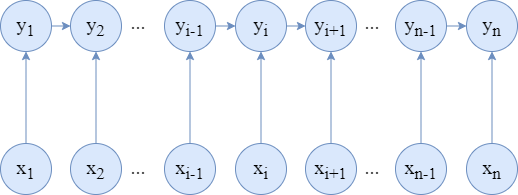
AdamFocus/draw keeps this draw.io diagram as CRF结构.png. Above is the earlier version. Source tidied: cells renumbered, new cells last; positions are measured from the earlier drawing's top-left corner, leaving out a move shared by most shapes.
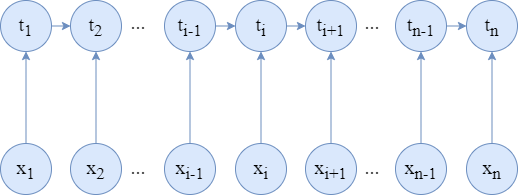
After the commit.

The edit, as a diff of the source:
```diff
@@ -47,34 +47,34 @@
     <mxCell id="16" style="edgeStyle=orthogonalEdgeStyle;rounded=0;jettySize=auto;html=1;exitX=1;exitY=0.5;exitDx=0;exitDy=0;entryX=0;entryY=0.5;entryDx=0;entryDy=0;fontFamily=Times New Roman;fontSize=20;fillColor=#dae8fc;strokeColor=#6c8ebf;" parent="1" edge="1" source="17" target="18">
       <mxGeometry relative="1" as="geometry" />
     </mxCell>
-    <mxCell id="17" value="&lt;font face=&quot;Times New Roman&quot; style=&quot;font-size: 20px&quot;&gt;&lt;span&gt;y&lt;sub&gt;1&lt;/sub&gt;&lt;/span&gt;&lt;/font&gt;" style="ellipse;whiteSpace=wrap;html=1;fillColor=#dae8fc;strokeColor=#6c8ebf;" parent="1" vertex="1">
+    <mxCell id="17" value="&lt;font face=&quot;Times New Roman&quot; style=&quot;font-size: 20px&quot;&gt;&lt;span&gt;t&lt;sub&gt;1&lt;/sub&gt;&lt;/span&gt;&lt;/font&gt;" style="ellipse;whiteSpace=wrap;html=1;fillColor=#dae8fc;strokeColor=#6c8ebf;" parent="1" vertex="1">
       <mxGeometry width="51" height="51" as="geometry" />
     </mxCell>
-    <mxCell id="18" value="&lt;font face=&quot;Times New Roman&quot; style=&quot;font-size: 20px&quot;&gt;y&lt;sub&gt;2&lt;/sub&gt;&lt;/font&gt;" style="ellipse;whiteSpace=wrap;html=1;fillColor=#dae8fc;strokeColor=#6c8ebf;" parent="1" vertex="1">
+    <mxCell id="18" value="&lt;font face=&quot;Times New Roman&quot; style=&quot;font-size: 20px&quot;&gt;t&lt;sub&gt;2&lt;/sub&gt;&lt;/font&gt;" style="ellipse;whiteSpace=wrap;html=1;fillColor=#dae8fc;strokeColor=#6c8ebf;" parent="1" vertex="1">
       <mxGeometry x="70" width="51" height="51" as="geometry" />
     </mxCell>
     <mxCell id="19" style="edgeStyle=orthogonalEdgeStyle;rounded=0;jettySize=auto;html=1;exitX=1;exitY=0.5;exitDx=0;exitDy=0;entryX=0;entryY=0.5;entryDx=0;entryDy=0;fontFamily=Times New Roman;fontSize=20;fillColor=#dae8fc;strokeColor=#6c8ebf;" parent="1" edge="1" source="20" target="22">
       <mxGeometry relative="1" as="geometry" />
     </mxCell>
-    <mxCell id="20" value="&lt;font face=&quot;Times New Roman&quot; style=&quot;font-size: 20px&quot;&gt;y&lt;sub&gt;i-1&lt;/sub&gt;&lt;/font&gt;" style="ellipse;whiteSpace=wrap;html=1;fillColor=#dae8fc;strokeColor=#6c8ebf;" parent="1" vertex="1">
+    <mxCell id="20" value="&lt;font face=&quot;Times New Roman&quot; style=&quot;font-size: 20px&quot;&gt;t&lt;sub&gt;i-1&lt;/sub&gt;&lt;/font&gt;" style="ellipse;whiteSpace=wrap;html=1;fillColor=#dae8fc;strokeColor=#6c8ebf;" parent="1" vertex="1">
       <mxGeometry x="164" width="51" height="51" as="geometry" />
     </mxCell>
     <mxCell id="21" style="edgeStyle=orthogonalEdgeStyle;rounded=0;jettySize=auto;html=1;exitX=1;exitY=0.5;exitDx=0;exitDy=0;entryX=0;entryY=0.5;entryDx=0;entryDy=0;fontFamily=Times New Roman;fontSize=20;fillColor=#dae8fc;strokeColor=#6c8ebf;" parent="1" edge="1" source="22" target="23">
       <mxGeometry relative="1" as="geometry" />
     </mxCell>
-    <mxCell id="22" value="&lt;font face=&quot;Times New Roman&quot; style=&quot;font-size: 20px&quot;&gt;y&lt;sub&gt;i&lt;/sub&gt;&lt;/font&gt;" style="ellipse;whiteSpace=wrap;html=1;fillColor=#dae8fc;strokeColor=#6c8ebf;" parent="1" vertex="1">
+    <mxCell id="22" value="&lt;font face=&quot;Times New Roman&quot; style=&quot;font-size: 20px&quot;&gt;t&lt;sub&gt;i&lt;/sub&gt;&lt;/font&gt;" style="ellipse;whiteSpace=wrap;html=1;fillColor=#dae8fc;strokeColor=#6c8ebf;" parent="1" vertex="1">
       <mxGeometry x="235" width="51" height="51" as="geometry" />
     </mxCell>
-    <mxCell id="23" value="&lt;font face=&quot;Times New Roman&quot; style=&quot;font-size: 20px&quot;&gt;y&lt;sub&gt;i+1&lt;/sub&gt;&lt;/font&gt;" style="ellipse;whiteSpace=wrap;html=1;fillColor=#dae8fc;strokeColor=#6c8ebf;" parent="1" vertex="1">
+    <mxCell id="23" value="&lt;font face=&quot;Times New Roman&quot; style=&quot;font-size: 20px&quot;&gt;t&lt;sub&gt;i+1&lt;/sub&gt;&lt;/font&gt;" style="ellipse;whiteSpace=wrap;html=1;fillColor=#dae8fc;strokeColor=#6c8ebf;" parent="1" vertex="1">
       <mxGeometry x="305" width="51" height="51" as="geometry" />
     </mxCell>
     <mxCell id="24" style="edgeStyle=orthogonalEdgeStyle;rounded=0;jettySize=auto;html=1;exitX=1;exitY=0.5;exitDx=0;exitDy=0;entryX=0;entryY=0.5;entryDx=0;entryDy=0;fontFamily=Times New Roman;fontSize=20;fillColor=#dae8fc;strokeColor=#6c8ebf;" parent="1" edge="1" source="25" target="26">
       <mxGeometry relative="1" as="geometry" />
     </mxCell>
-    <mxCell id="25" value="&lt;font face=&quot;Times New Roman&quot; style=&quot;font-size: 20px&quot;&gt;y&lt;sub&gt;n-1&lt;/sub&gt;&lt;/font&gt;" style="ellipse;whiteSpace=wrap;html=1;fillColor=#dae8fc;strokeColor=#6c8ebf;" parent="1" vertex="1">
+    <mxCell id="25" value="&lt;font face=&quot;Times New Roman&quot; style=&quot;font-size: 20px&quot;&gt;t&lt;sub&gt;n-1&lt;/sub&gt;&lt;/font&gt;" style="ellipse;whiteSpace=wrap;html=1;fillColor=#dae8fc;strokeColor=#6c8ebf;" parent="1" vertex="1">
       <mxGeometry x="395" width="51" height="51" as="geometry" />
     </mxCell>
-    <mxCell id="26" value="&lt;font face=&quot;Times New Roman&quot; style=&quot;font-size: 20px&quot;&gt;y&lt;sub&gt;n&lt;/sub&gt;&lt;/font&gt;" style="ellipse;whiteSpace=wrap;html=1;fillColor=#dae8fc;strokeColor=#6c8ebf;" parent="1" vertex="1">
+    <mxCell id="26" value="&lt;font face=&quot;Times New Roman&quot; style=&quot;font-size: 20px&quot;&gt;t&lt;sub&gt;n&lt;/sub&gt;&lt;/font&gt;" style="ellipse;whiteSpace=wrap;html=1;fillColor=#dae8fc;strokeColor=#6c8ebf;" parent="1" vertex="1">
       <mxGeometry x="466" width="51" height="51" as="geometry" />
     </mxCell>
     <mxCell id="27" value="..." style="text;html=1;align=center;verticalAlign=middle;whiteSpace=wrap;rounded=0;fontFamily=Times New Roman;fontSize=20;" parent="1" vertex="1">
```
